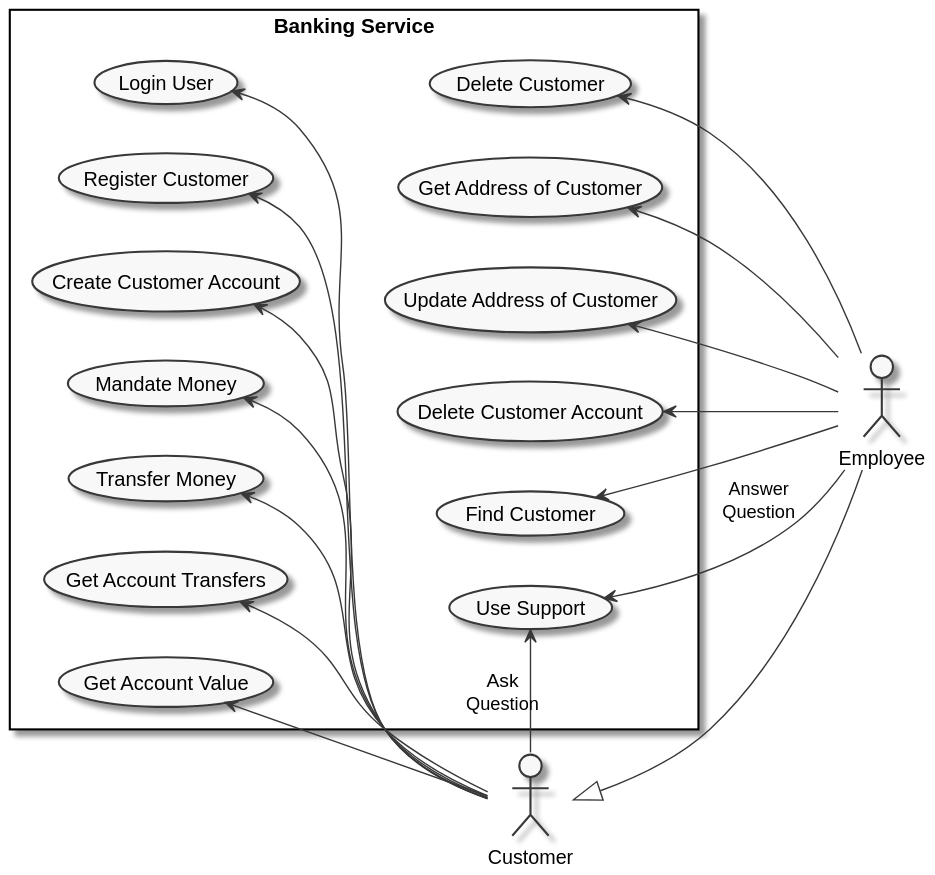
Before: documentation/diagrams/generatedDiagrams/DiagramUseCase_BankingService.svg, a diagram exported from PlantUML (SteffBauer/sw_project).
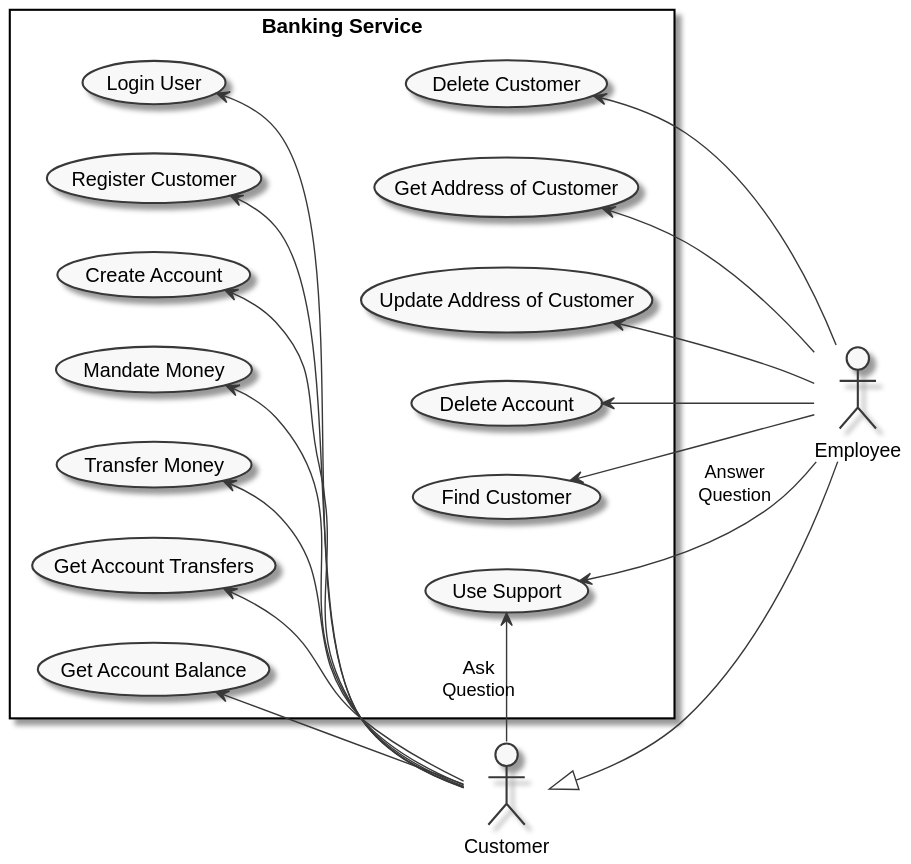
After the commit.

Commit message:
refactored diagrams

The edit, as a diff of the source:
```diff
@@ -10,13 +10,13 @@
 
 rectangle "Banking Service" as Banking {
 
-  usecase "Create Customer Account" as uc11
+  usecase "Create Account" as uc11
   usecase "Find Customer" as uc12
   usecase "Delete Customer" as uc13
   usecase "Get Address of Customer" as uc14
   usecase "Update Address of Customer" as uc15
   usecase "Mandate Money" as uc16
-  usecase "Delete Customer Account" as uc17
+  usecase "Delete Account" as uc17
 
   usecase "Login User" as uc21
 
@@ -24,7 +24,7 @@
 
   usecase "Transfer Money" as uc41
   usecase "Get Account Transfers" as uc42
-  usecase "Get Account Value" as uc43
+  usecase "Get Account Balance" as uc43
   usecase "Register Customer" as uc44
 }
 
```
